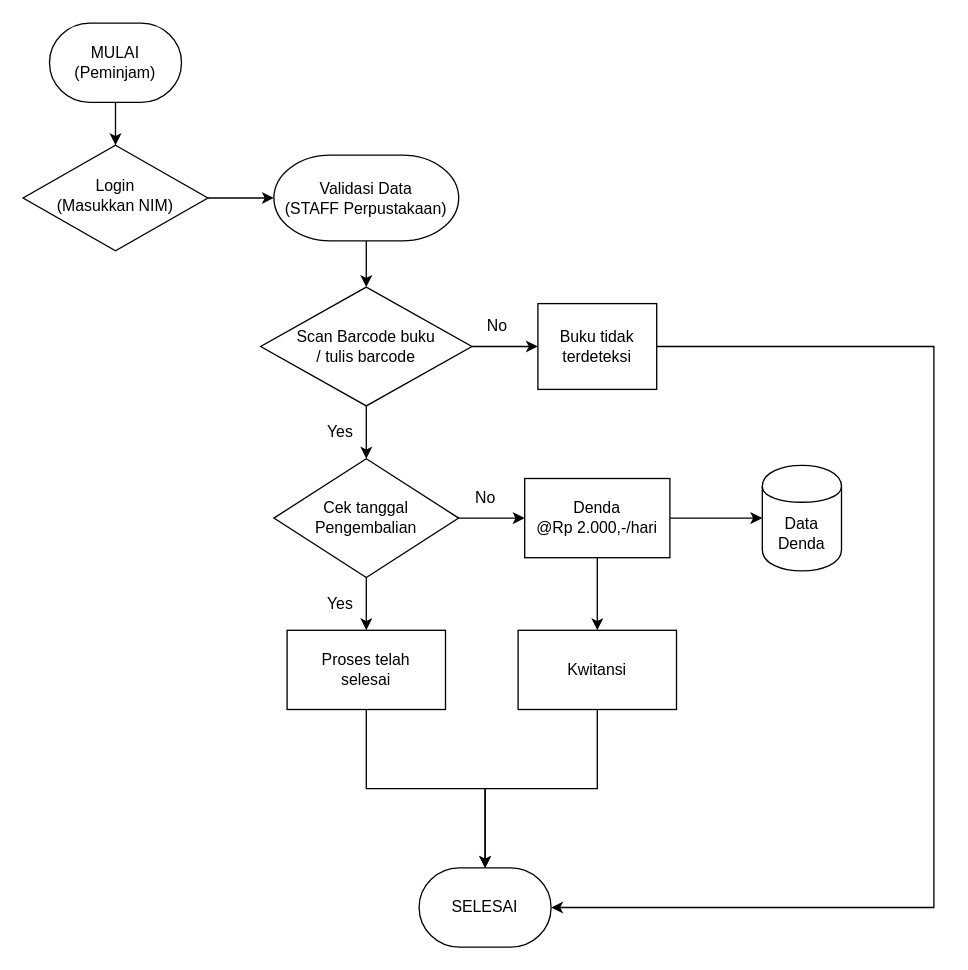
Above: PRAKTIKUM/TID_M3119082_SARI EKA NUR MARIFAH_prak01-12_pbsim.drawio in oadyse/PBSIM (draw.io), before the change. Source tidied: cells renumbered, new cells numbered last; positions are measured from the earlier drawing's top-left corner, leaving out a move shared by most shapes. Both pictures are drawn from the tidied source at 132%, with x=0, y=0 at pixel (22, 22).
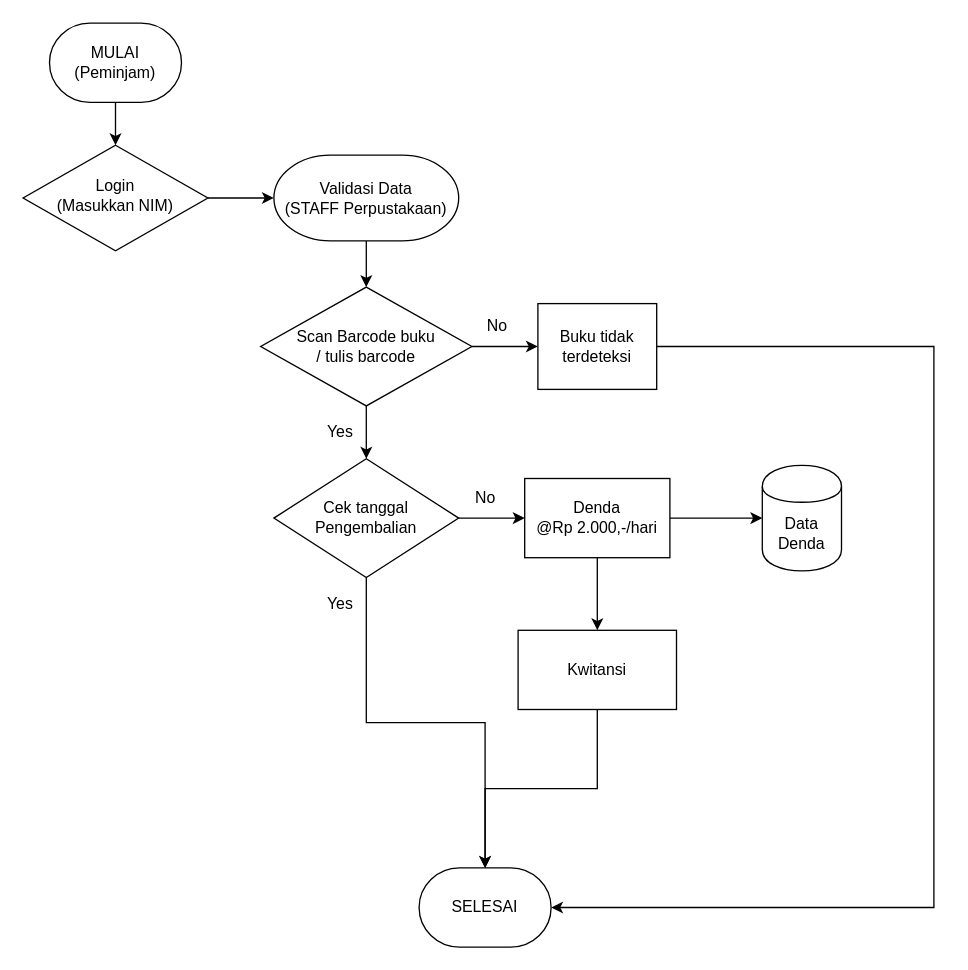
The same diagram, later.

The change refers to these unchanged cells:
```xml
<mxCell id="13" value="Cek tanggal Pengembalian" style="rhombus;whiteSpace=wrap;html=1;" parent="1" vertex="1">
  <mxGeometry x="190" y="330" width="140" height="90" as="geometry" />
</mxCell>
<mxCell id="24" value="SELESAI" style="strokeWidth=1;html=1;shape=mxgraph.flowchart.terminator;whiteSpace=wrap;shadow=0;" parent="1" vertex="1">
  <mxGeometry x="300" y="640" width="100" height="60" as="geometry" />
</mxCell>
```

The edit, as a diff of the source:
```diff
@@
-    <mxCell id="12" style="edgeStyle=orthogonalEdgeStyle;rounded=0;jettySize=auto;html=1;" parent="1" edge="1" source="13" target="19">
+    <mxCell id="12" style="edgeStyle=orthogonalEdgeStyle;rounded=0;jettySize=auto;html=1;entryX=0.5;entryY=0;entryDx=0;entryDy=0;entryPerimeter=0;" parent="1" edge="1" source="13" target="24">
       <mxGeometry relative="1" as="geometry" />
     </mxCell>
@@
-    <mxCell id="18" style="edgeStyle=orthogonalEdgeStyle;rounded=0;jettySize=auto;html=1;" parent="1" edge="1" source="19" target="24">
-      <mxGeometry relative="1" as="geometry" />
-    </mxCell>
-    <mxCell id="19" value="Proses telah &lt;br&gt;selesai" style="whiteSpace=wrap;html=1;" parent="1" vertex="1">
-      <mxGeometry x="200" y="460" width="120" height="60" as="geometry" />
-    </mxCell>
```
